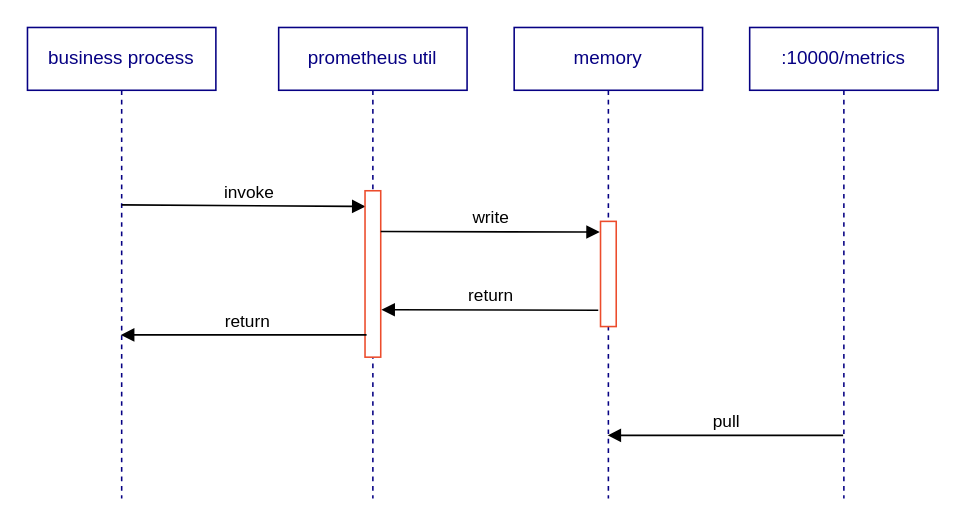
yindongjun/drawio-2 keeps this draw.io diagram as Prometheus-util-sequence.drawio. Above is the earlier version. Source tidied: cells renumbered, new cells numbered last; positions are measured from the earlier drawing's top-left corner, leaving out a move shared by most shapes. Both pictures are drawn from the tidied source at 157%, with x=0, y=0 at pixel (27, 27).
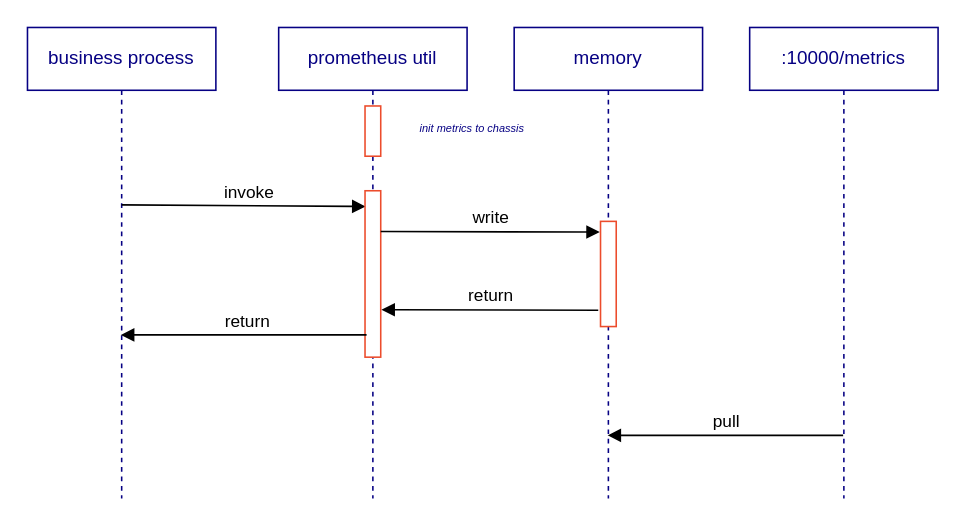
Above is the later version.

Diff of the diagram source:
```diff
@@
 <mxGraphModel>
   <root>
     <mxCell id="0" />
     <mxCell id="1" parent="0" />
     <mxCell id="2" value="business process" style="shape=umlLifeline;perimeter=lifelinePerimeter;whiteSpace=wrap;html=1;outlineConnect=0;strokeColor=#060083;fontColor=#060083;" parent="1" vertex="1">
       <mxGeometry width="120" height="300" as="geometry" />
     </mxCell>
     <mxCell id="3" style="html=1;verticalAlign=bottom;endArrow=block;rounded=0;entryX=0.034;entryY=0.16;entryDx=0;entryDy=0;entryPerimeter=0;" parent="2" edge="1">
       <mxGeometry relative="1" as="geometry">
         <mxPoint x="60" y="113" as="sourcePoint" />
         <mxPoint x="215.3" y="114" as="targetPoint" />
       </mxGeometry>
     </mxCell>
     <mxCell id="4" value="invoke" style="edgeLabel;html=1;align=center;verticalAlign=middle;" parent="3" vertex="1">
       <mxGeometry x="-0.19" y="2" relative="1" as="geometry">
         <mxPoint x="17" y="-7" as="offset" />
       </mxGeometry>
     </mxCell>
     <mxCell id="5" value="prometheus util" style="shape=umlLifeline;perimeter=lifelinePerimeter;whiteSpace=wrap;html=1;strokeColor=#060083;fontColor=#060083;" parent="1" vertex="1">
       <mxGeometry x="160" width="120" height="300" as="geometry" />
     </mxCell>
     <mxCell id="6" style="html=1;points=[];perimeter=orthogonalPerimeter;strokeColor=#EC4C2C;" parent="5" vertex="1">
       <mxGeometry x="55" y="104" width="10" height="106" as="geometry" />
     </mxCell>
     <mxCell id="7" value="write" style="html=1;verticalAlign=bottom;endArrow=block;rounded=0;entryX=-0.046;entryY=0.102;entryDx=0;entryDy=0;entryPerimeter=0;" parent="5" edge="1" target="9">
       <mxGeometry relative="1" as="geometry">
         <mxPoint x="65" y="130" as="sourcePoint" />
       </mxGeometry>
     </mxCell>
+    <mxCell id="14" style="html=1;perimeter=orthogonalPerimeter;strokeColor=#EC4C2C;" parent="5" vertex="1">
+      <mxGeometry x="55" y="50" width="10" height="32" as="geometry" />
+    </mxCell>
     <mxCell id="8" value="memory" style="shape=umlLifeline;perimeter=lifelinePerimeter;whiteSpace=wrap;html=1;outlineConnect=0;strokeColor=#060083;fontColor=#060083;" parent="1" vertex="1">
       <mxGeometry x="310" width="120" height="300" as="geometry" />
     </mxCell>
     <mxCell id="9" style="html=1;points=[];perimeter=orthogonalPerimeter;strokeColor=#EC4C2C;" parent="8" vertex="1">
       <mxGeometry x="55" y="123.5" width="10" height="67" as="geometry" />
     </mxCell>
+    <mxCell id="15" value="&lt;font style=&quot;font-size: 7px;&quot;&gt;init metrics to chassis&lt;/font&gt;" style="text;html=1;strokeColor=none;fillColor=none;align=center;verticalAlign=middle;whiteSpace=wrap;rounded=0;fontColor=#060083;fontStyle=2;fontSize=7;" parent="8" vertex="1">
+      <mxGeometry x="-86" y="50" width="119" height="30" as="geometry" />
+    </mxCell>
     <mxCell id="10" value="return" style="html=1;verticalAlign=bottom;endArrow=block;rounded=0;entryX=1.046;entryY=0.715;entryDx=0;entryDy=0;entryPerimeter=0;exitX=-0.144;exitY=0.845;exitDx=0;exitDy=0;exitPerimeter=0;" parent="1" edge="1" source="9" target="6">
       <mxGeometry relative="1" as="geometry" />
     </mxCell>
     <mxCell id="11" value="return" style="html=1;verticalAlign=bottom;endArrow=block;rounded=0;exitX=0.1;exitY=0.866;exitDx=0;exitDy=0;exitPerimeter=0;" parent="1" edge="1" source="6" target="2">
       <mxGeometry x="-0.03" relative="1" as="geometry" />
     </mxCell>
     <mxCell id="12" value=":10000/metrics" style="shape=umlLifeline;perimeter=lifelinePerimeter;whiteSpace=wrap;html=1;outlineConnect=0;strokeColor=#060083;fontColor=#060083;" parent="1" vertex="1">
       <mxGeometry x="460" width="120" height="300" as="geometry" />
     </mxCell>
     <mxCell id="13" value="pull" style="html=1;verticalAlign=bottom;endArrow=block;rounded=0;exitX=0.496;exitY=0.866;exitDx=0;exitDy=0;exitPerimeter=0;" parent="1" edge="1" source="12" target="8">
       <mxGeometry relative="1" as="geometry" />
     </mxCell>
   </root>
 </mxGraphModel>
```
